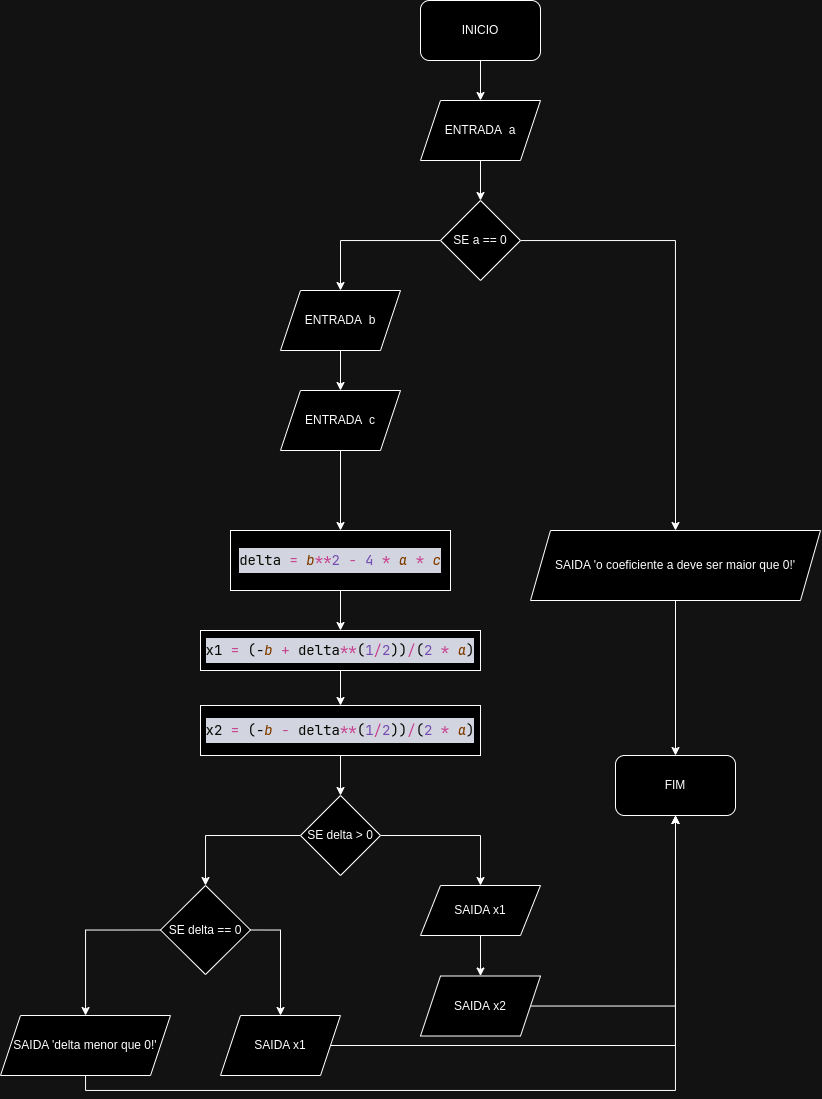
This is exer28/fluxograma-exer28.png from guilhermelopes19/atividade-pratica-2, a draw.io export, as it was before one commit. Source tidied: cells renumbered, new cells last; positions are measured from the earlier drawing's top-left corner, leaving out a move shared by most shapes.
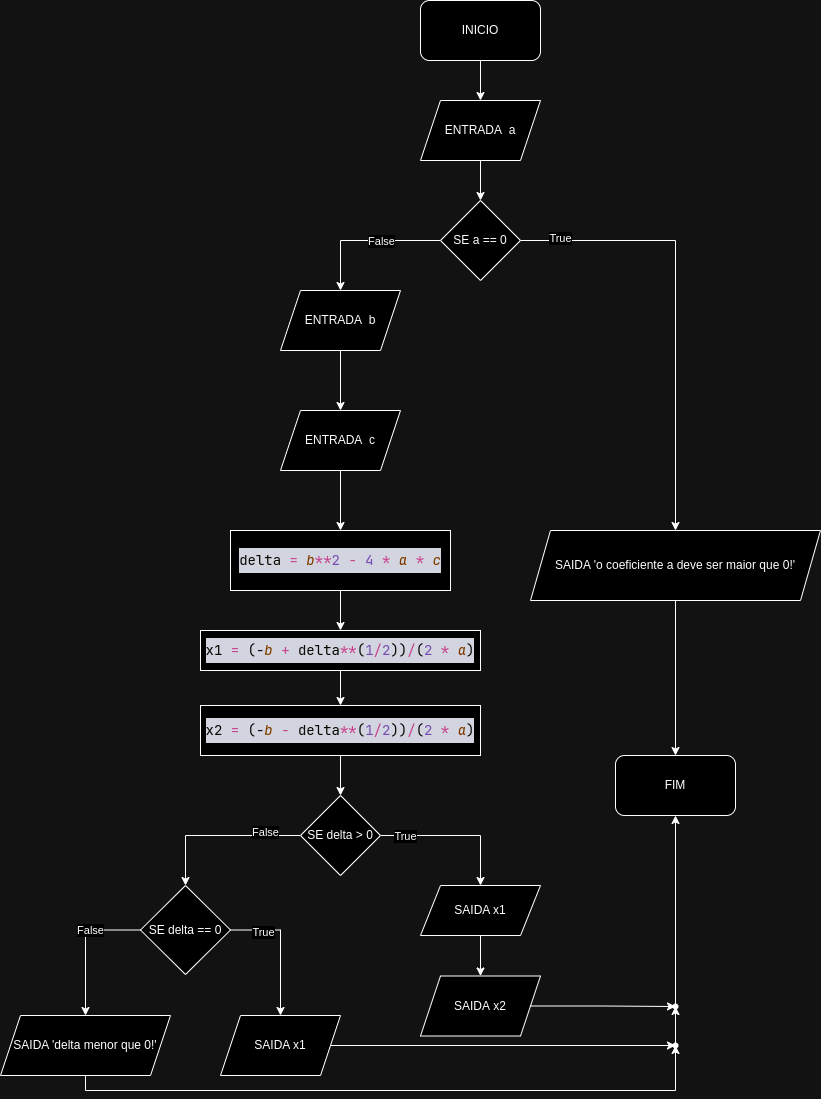
Later version of the same file.

What changed in the source:
```diff
@@ -21,7 +21,7 @@
       <mxGeometry relative="1" as="geometry" />
     </mxCell>
     <mxCell id="8" value="ENTRADA&amp;nbsp; c" style="shape=parallelogram;perimeter=parallelogramPerimeter;whiteSpace=wrap;html=1;fixedSize=1;" parent="1" vertex="1">
-      <mxGeometry x="280" y="390" width="120" height="60" as="geometry" />
+      <mxGeometry x="280" y="410" width="120" height="60" as="geometry" />
     </mxCell>
     <mxCell id="9" style="edgeStyle=orthogonalEdgeStyle;rounded=0;jettySize=auto;html=1;exitX=0.5;exitY=1;exitDx=0;exitDy=0;entryX=0.5;entryY=0;entryDx=0;entryDy=0;" parent="1" edge="1" source="6" target="8">
       <mxGeometry relative="1" as="geometry" />
@@ -29,9 +29,15 @@
     <mxCell id="10" style="edgeStyle=orthogonalEdgeStyle;rounded=0;jettySize=auto;html=1;entryX=0.5;entryY=0;entryDx=0;entryDy=0;" parent="1" edge="1" source="12" target="26">
       <mxGeometry relative="1" as="geometry" />
     </mxCell>
+    <mxCell id="36" value="True" style="edgeLabel;html=1;align=center;verticalAlign=middle;" parent="10" vertex="1">
+      <mxGeometry x="-0.82" y="3" relative="1" as="geometry" />
+    </mxCell>
     <mxCell id="11" style="edgeStyle=orthogonalEdgeStyle;rounded=0;jettySize=auto;html=1;entryX=0.5;entryY=0;entryDx=0;entryDy=0;" parent="1" edge="1" source="12" target="6">
       <mxGeometry relative="1" as="geometry" />
     </mxCell>
+    <mxCell id="37" value="False" style="edgeLabel;html=1;align=center;verticalAlign=middle;" parent="11" vertex="1">
+      <mxGeometry x="-0.2" relative="1" as="geometry" />
+    </mxCell>
     <mxCell id="12" value="SE a == 0" style="rhombus;whiteSpace=wrap;html=1;" parent="1" vertex="1">
       <mxGeometry x="440" y="200" width="80" height="80" as="geometry" />
     </mxCell>
@@ -59,9 +65,15 @@
     <mxCell id="20" style="edgeStyle=orthogonalEdgeStyle;rounded=0;jettySize=auto;html=1;entryX=0.5;entryY=0;entryDx=0;entryDy=0;" parent="1" edge="1" source="22" target="24">
       <mxGeometry relative="1" as="geometry" />
     </mxCell>
+    <mxCell id="38" value="True" style="edgeLabel;html=1;align=center;verticalAlign=middle;" parent="20" vertex="1">
+      <mxGeometry x="-0.68" relative="1" as="geometry" />
+    </mxCell>
     <mxCell id="21" style="edgeStyle=orthogonalEdgeStyle;rounded=0;jettySize=auto;html=1;entryX=0.5;entryY=0;entryDx=0;entryDy=0;" parent="1" edge="1" source="22" target="31">
       <mxGeometry relative="1" as="geometry" />
     </mxCell>
+    <mxCell id="39" value="False" style="edgeLabel;html=1;align=center;verticalAlign=middle;" parent="21" vertex="1">
+      <mxGeometry x="-0.56" y="-4" relative="1" as="geometry" />
+    </mxCell>
     <mxCell id="22" value="SE delta &amp;gt; 0" style="rhombus;whiteSpace=wrap;html=1;" parent="1" vertex="1">
       <mxGeometry x="300" y="795" width="80" height="80" as="geometry" />
     </mxCell>
@@ -77,41 +89,57 @@
     <mxCell id="26" value="SAIDA 'o coeficiente a deve ser maior que 0!'" style="shape=parallelogram;perimeter=parallelogramPerimeter;whiteSpace=wrap;html=1;fixedSize=1;" parent="1" vertex="1">
       <mxGeometry x="530" y="530" width="290" height="70" as="geometry" />
     </mxCell>
-    <mxCell id="27" style="edgeStyle=orthogonalEdgeStyle;rounded=0;jettySize=auto;html=1;entryX=0.5;entryY=1;entryDx=0;entryDy=0;" parent="1" edge="1" source="28" target="13">
-      <mxGeometry relative="1" as="geometry" />
-    </mxCell>
     <mxCell id="28" value="SAIDA&amp;nbsp;x2" style="shape=parallelogram;perimeter=parallelogramPerimeter;whiteSpace=wrap;html=1;fixedSize=1;" parent="1" vertex="1">
       <mxGeometry x="420" y="975.5" width="120" height="60" as="geometry" />
     </mxCell>
     <mxCell id="29" style="edgeStyle=orthogonalEdgeStyle;rounded=0;jettySize=auto;html=1;exitX=1;exitY=0.5;exitDx=0;exitDy=0;entryX=0.5;entryY=0;entryDx=0;entryDy=0;" parent="1" edge="1" source="31" target="33">
       <mxGeometry relative="1" as="geometry" />
     </mxCell>
+    <mxCell id="40" value="True" style="edgeLabel;html=1;align=center;verticalAlign=middle;" parent="29" vertex="1">
+      <mxGeometry x="-0.53" y="-1" relative="1" as="geometry">
+        <mxPoint y="1" as="offset" />
+      </mxGeometry>
+    </mxCell>
     <mxCell id="30" style="edgeStyle=orthogonalEdgeStyle;rounded=0;jettySize=auto;html=1;exitX=0;exitY=0.5;exitDx=0;exitDy=0;" parent="1" edge="1" source="31" target="35">
       <mxGeometry relative="1" as="geometry" />
     </mxCell>
+    <mxCell id="41" value="False" style="edgeLabel;html=1;align=center;verticalAlign=middle;" parent="30" vertex="1">
+      <mxGeometry x="-0.28" relative="1" as="geometry" />
+    </mxCell>
     <mxCell id="31" value="SE delta == 0" style="rhombus;whiteSpace=wrap;html=1;" parent="1" vertex="1">
-      <mxGeometry x="160" y="885" width="90" height="89" as="geometry" />
+      <mxGeometry x="140" y="885" width="90" height="89" as="geometry" />
     </mxCell>
-    <mxCell id="32" style="edgeStyle=orthogonalEdgeStyle;rounded=0;jettySize=auto;html=1;entryX=0.5;entryY=1;entryDx=0;entryDy=0;" parent="1" edge="1" source="33" target="13">
-      <mxGeometry relative="1" as="geometry">
-        <Array as="points">
-          <mxPoint x="675" y="1045" />
-        </Array>
-      </mxGeometry>
-    </mxCell>
     <mxCell id="33" value="SAIDA x1" style="shape=parallelogram;perimeter=parallelogramPerimeter;whiteSpace=wrap;html=1;fixedSize=1;" parent="1" vertex="1">
       <mxGeometry x="220" y="1015" width="120" height="60" as="geometry" />
     </mxCell>
-    <mxCell id="34" style="edgeStyle=orthogonalEdgeStyle;rounded=0;jettySize=auto;html=1;entryX=0.5;entryY=1;entryDx=0;entryDy=0;" parent="1" edge="1" source="35" target="13">
-      <mxGeometry relative="1" as="geometry">
-        <Array as="points">
-          <mxPoint x="85" y="1090" />
-          <mxPoint x="675" y="1090" />
-        </Array>
-      </mxGeometry>
-    </mxCell>
     <mxCell id="35" value="SAIDA 'delta menor que 0!'" style="shape=parallelogram;perimeter=parallelogramPerimeter;whiteSpace=wrap;html=1;fixedSize=1;" parent="1" vertex="1">
       <mxGeometry y="1015" width="170" height="60" as="geometry" />
     </mxCell>
+    <mxCell id="42" style="edgeStyle=orthogonalEdgeStyle;rounded=0;jettySize=auto;html=1;entryX=0.5;entryY=1;entryDx=0;entryDy=0;" parent="1" edge="1" source="43" target="13">
+      <mxGeometry relative="1" as="geometry" />
+    </mxCell>
+    <mxCell id="43" style="shape=waypoint;sketch=0;fillStyle=solid;size=6;points=[];fillColor=none;perimeter=centerPerimeter;snapToPoint=1;" parent="1" vertex="1">
+      <mxGeometry x="665" y="996" width="20" height="20" as="geometry" />
+    </mxCell>
+    <mxCell id="44" style="shape=waypoint;sketch=0;fillStyle=solid;size=6;points=[];fillColor=none;perimeter=centerPerimeter;snapToPoint=1;" parent="1" vertex="1">
+      <mxGeometry x="665" y="1035" width="20" height="20" as="geometry" />
+    </mxCell>
+    <mxCell id="45" style="edgeStyle=orthogonalEdgeStyle;rounded=0;jettySize=auto;html=1;entryX=0.4;entryY=0.3;entryDx=0;entryDy=0;entryPerimeter=0;" parent="1" edge="1" source="28" target="43">
+      <mxGeometry relative="1" as="geometry" />
+    </mxCell>
+    <mxCell id="46" style="edgeStyle=orthogonalEdgeStyle;rounded=0;jettySize=auto;html=1;entryX=0.25;entryY=1.05;entryDx=0;entryDy=0;entryPerimeter=0;" parent="1" edge="1" source="33" target="44">
+      <mxGeometry relative="1" as="geometry" />
+    </mxCell>
+    <mxCell id="47" style="edgeStyle=orthogonalEdgeStyle;rounded=0;jettySize=auto;html=1;entryX=0.65;entryY=1;entryDx=0;entryDy=0;entryPerimeter=0;" parent="1" edge="1" source="35" target="44">
+      <mxGeometry relative="1" as="geometry">
+        <Array as="points">
+          <mxPoint x="85" y="1090" />
+          <mxPoint x="675" y="1090" />
+        </Array>
+      </mxGeometry>
+    </mxCell>
+    <mxCell id="48" style="edgeStyle=orthogonalEdgeStyle;rounded=0;jettySize=auto;html=1;entryX=0.85;entryY=0.7;entryDx=0;entryDy=0;entryPerimeter=0;" parent="1" edge="1" source="44" target="43">
+      <mxGeometry relative="1" as="geometry" />
+    </mxCell>
   </root>
 </mxGraphModel>
```
